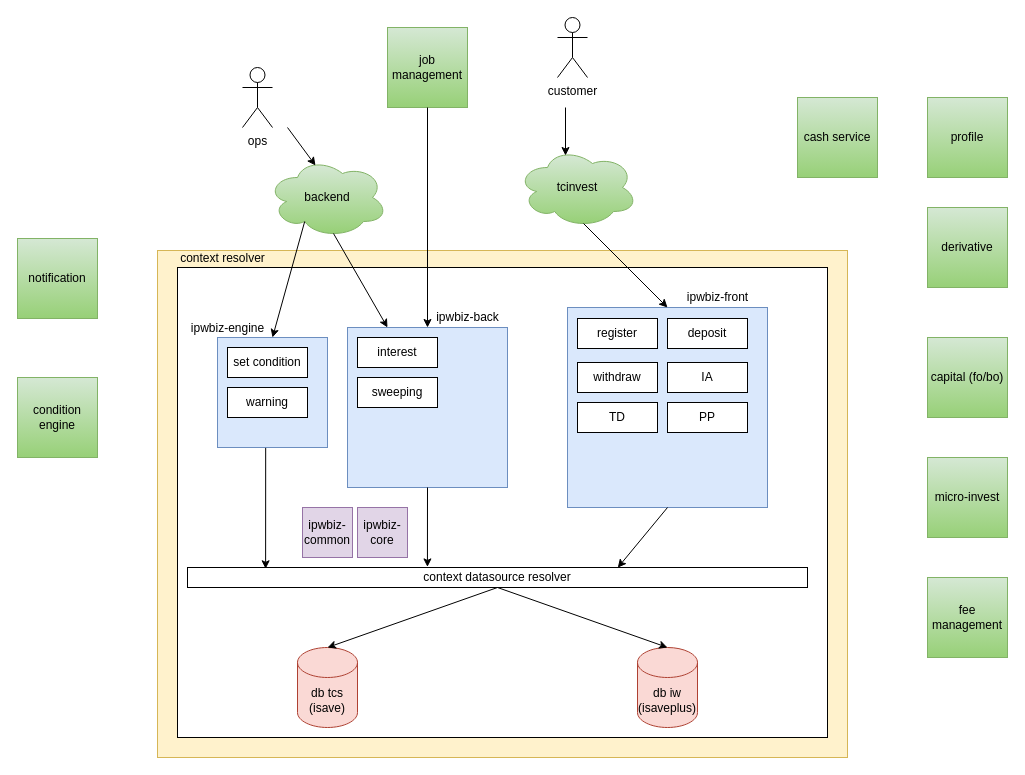
The draw.io diagram isave.drawio in khuynhthanhchiluyen/draw.io, before the edit. Source tidied: cells renumbered, new cells numbered last; positions are measured from the earlier drawing's top-left corner, leaving out a move shared by most shapes. Both pictures are drawn from the tidied source at 100%, with x=0, y=0 at pixel (17, 17).
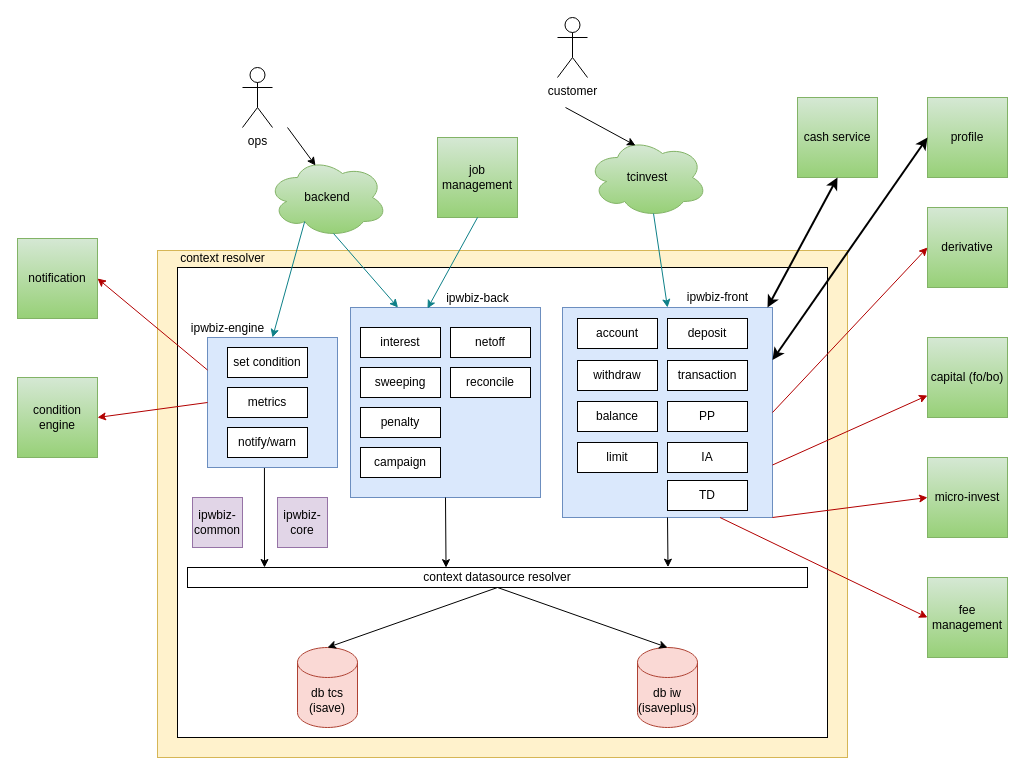
Above is the later version.

Unchanged cells that the change refers to:
```xml
<mxCell id="10" value="backend" style="ellipse;shape=cloud;whiteSpace=wrap;html=1;fillColor=#d5e8d4;gradientColor=#97d077;strokeColor=#82b366;" parent="1" vertex="1">
  <mxGeometry x="250" y="140" width="120" height="80" as="geometry" />
</mxCell>
<mxCell id="19" value="context datasource resolver" style="rounded=0;whiteSpace=wrap;html=1;fontSize=12;" parent="1" vertex="1">
  <mxGeometry x="170" y="550" width="620" height="20" as="geometry" />
</mxCell>
<mxCell id="27" value="cash service" style="whiteSpace=wrap;html=1;fillColor=#d5e8d4;gradientColor=#97d077;strokeColor=#82b366;" parent="1" vertex="1">
  <mxGeometry x="780" y="80" width="80" height="80" as="geometry" />
</mxCell>
<mxCell id="28" value="derivative" style="whiteSpace=wrap;html=1;fillColor=#d5e8d4;gradientColor=#97d077;strokeColor=#82b366;" parent="1" vertex="1">
  <mxGeometry x="910" y="190" width="80" height="80" as="geometry" />
</mxCell>
<mxCell id="29" value="capital (fo/bo)" style="whiteSpace=wrap;html=1;fillColor=#d5e8d4;gradientColor=#97d077;strokeColor=#82b366;" parent="1" vertex="1">
  <mxGeometry x="910" y="320" width="80" height="80" as="geometry" />
</mxCell>
<mxCell id="30" value="micro-invest" style="whiteSpace=wrap;html=1;fillColor=#d5e8d4;gradientColor=#97d077;strokeColor=#82b366;" parent="1" vertex="1">
  <mxGeometry x="910" y="440" width="80" height="80" as="geometry" />
</mxCell>
<mxCell id="31" value="fee management" style="whiteSpace=wrap;html=1;fillColor=#d5e8d4;gradientColor=#97d077;strokeColor=#82b366;" parent="1" vertex="1">
  <mxGeometry x="910" y="560" width="80" height="80" as="geometry" />
</mxCell>
<mxCell id="32" value="condition engine" style="whiteSpace=wrap;html=1;fillColor=#d5e8d4;gradientColor=#97d077;strokeColor=#82b366;" parent="1" vertex="1">
  <mxGeometry y="360" width="80" height="80" as="geometry" />
</mxCell>
<mxCell id="33" value="profile" style="whiteSpace=wrap;html=1;fillColor=#d5e8d4;gradientColor=#97d077;strokeColor=#82b366;" parent="1" vertex="1">
  <mxGeometry x="910" y="80" width="80" height="80" as="geometry" />
</mxCell>
<mxCell id="34" value="notification" style="whiteSpace=wrap;html=1;fillColor=#d5e8d4;gradientColor=#97d077;strokeColor=#82b366;" parent="1" vertex="1">
  <mxGeometry y="221" width="80" height="80" as="geometry" />
</mxCell>
<mxCell id="38" value="&lt;span style=&quot;font-weight: normal;&quot;&gt;ipwbiz-front&lt;/span&gt;" style="text;strokeColor=none;fillColor=none;html=1;fontSize=12;fontStyle=1;verticalAlign=middle;align=center;" parent="1" vertex="1">
  <mxGeometry x="650" y="260" width="100" height="40" as="geometry" />
</mxCell>
```

What changed in the source:
```diff
@@
     <mxCell id="4" style="whiteSpace=wrap;html=1;fillColor=#dae8fc;strokeColor=#6c8ebf;" parent="1" vertex="1">
-      <mxGeometry x="200" y="320" width="110" height="110" as="geometry" />
+      <mxGeometry x="190" y="320" width="130" height="130" as="geometry" />
     </mxCell>
     <mxCell id="5" style="whiteSpace=wrap;html=1;fillColor=#dae8fc;strokeColor=#6c8ebf;" parent="1" vertex="1">
-      <mxGeometry x="550" y="290" width="200" height="200" as="geometry" />
+      <mxGeometry x="545" y="290" width="210" height="210" as="geometry" />
     </mxCell>
     <mxCell id="6" style="whiteSpace=wrap;html=1;fillColor=#dae8fc;strokeColor=#6c8ebf;" parent="1" vertex="1">
-      <mxGeometry x="330" y="310" width="160" height="160" as="geometry" />
+      <mxGeometry x="333" y="290" width="190" height="190" as="geometry" />
     </mxCell>
     <mxCell id="7" value="tcinvest" style="ellipse;shape=cloud;whiteSpace=wrap;html=1;fillColor=#d5e8d4;gradientColor=#97d077;strokeColor=#82b366;" parent="1" vertex="1">
-      <mxGeometry x="500" y="130" width="120" height="80" as="geometry" />
+      <mxGeometry x="570" y="120" width="120" height="80" as="geometry" />
     </mxCell>
@@
-    <mxCell id="15" style="endArrow=classic;html=1;rounded=0;fontSize=12;exitX=0.31;exitY=0.8;exitDx=0;exitDy=0;exitPerimeter=0;entryX=0.5;entryY=0;entryDx=0;entryDy=0;" parent="1" edge="1" source="10" target="4">
+    <mxCell id="15" style="endArrow=classic;html=1;rounded=0;fontSize=12;exitX=0.31;exitY=0.8;exitDx=0;exitDy=0;exitPerimeter=0;entryX=0.5;entryY=0;entryDx=0;entryDy=0;fillColor=#b0e3e6;strokeColor=#0e8088;" parent="1" edge="1" source="10" target="4">
       <mxGeometry relative="1" as="geometry" />
     </mxCell>
-    <mxCell id="16" style="endArrow=classic;html=1;rounded=0;fontSize=12;exitX=0.55;exitY=0.95;exitDx=0;exitDy=0;exitPerimeter=0;entryX=0.25;entryY=0;entryDx=0;entryDy=0;" parent="1" edge="1" source="10" target="6">
+    <mxCell id="16" style="endArrow=classic;html=1;rounded=0;fontSize=12;exitX=0.55;exitY=0.95;exitDx=0;exitDy=0;exitPerimeter=0;entryX=0.25;entryY=0;entryDx=0;entryDy=0;fillColor=#b0e3e6;strokeColor=#0e8088;" parent="1" edge="1" source="10" target="6">
       <mxGeometry relative="1" as="geometry" />
     </mxCell>
     <mxCell id="17" value="job management" style="whiteSpace=wrap;html=1;fillColor=#d5e8d4;gradientColor=#97d077;strokeColor=#82b366;" parent="1" vertex="1">
-      <mxGeometry x="370" y="10" width="80" height="80" as="geometry" />
+      <mxGeometry x="420" y="120" width="80" height="80" as="geometry" />
     </mxCell>
-    <mxCell id="18" style="endArrow=classic;html=1;rounded=0;fontSize=12;exitX=0.5;exitY=1;exitDx=0;exitDy=0;entryX=0.5;entryY=0;entryDx=0;entryDy=0;" parent="1" edge="1" source="17" target="6">
-      <mxGeometry relative="1" as="geometry" />
-    </mxCell>
@@
-    <mxCell id="20" style="endArrow=classic;html=1;rounded=0;fontSize=12;exitX=0.438;exitY=1.004;exitDx=0;exitDy=0;exitPerimeter=0;entryX=0.126;entryY=0.064;entryDx=0;entryDy=0;entryPerimeter=0;" parent="1" edge="1" source="4" target="19">
-      <mxGeometry relative="1" as="geometry" />
+    <mxCell id="20" style="endArrow=classic;html=1;rounded=0;fontSize=12;exitX=0.438;exitY=1.004;exitDx=0;exitDy=0;exitPerimeter=0;" parent="1" edge="1" source="4">
+      <mxGeometry relative="1" as="geometry">
+        <mxPoint x="247" y="550" as="targetPoint" />
+      </mxGeometry>
     </mxCell>
-    <mxCell id="21" style="endArrow=classic;html=1;rounded=0;fontSize=12;exitX=0.5;exitY=1;exitDx=0;exitDy=0;entryX=0.387;entryY=-0.029;entryDx=0;entryDy=0;entryPerimeter=0;" parent="1" edge="1" source="6" target="19">
+    <mxCell id="21" style="endArrow=classic;html=1;rounded=0;fontSize=12;exitX=0.5;exitY=1;exitDx=0;exitDy=0;entryX=0.417;entryY=0.008;entryDx=0;entryDy=0;entryPerimeter=0;" parent="1" edge="1" source="6" target="19">
       <mxGeometry relative="1" as="geometry" />
     </mxCell>
-    <mxCell id="22" style="endArrow=classic;html=1;rounded=0;fontSize=12;exitX=0.5;exitY=1;exitDx=0;exitDy=0;entryX=0.694;entryY=0.008;entryDx=0;entryDy=0;entryPerimeter=0;" parent="1" edge="1" source="5" target="19">
+    <mxCell id="22" style="endArrow=classic;html=1;rounded=0;fontSize=12;exitX=0.5;exitY=1;exitDx=0;exitDy=0;entryX=0.775;entryY=-0.017;entryDx=0;entryDy=0;entryPerimeter=0;" parent="1" edge="1" source="5" target="19">
       <mxGeometry relative="1" as="geometry" />
     </mxCell>
@@
-    <mxCell id="25" style="endArrow=classic;html=1;rounded=0;fontSize=12;exitX=0.55;exitY=0.95;exitDx=0;exitDy=0;exitPerimeter=0;entryX=0.5;entryY=0;entryDx=0;entryDy=0;" parent="1" edge="1" source="7" target="5">
+    <mxCell id="25" style="endArrow=classic;html=1;rounded=0;fontSize=12;exitX=0.55;exitY=0.95;exitDx=0;exitDy=0;exitPerimeter=0;entryX=0.5;entryY=0;entryDx=0;entryDy=0;fillColor=#b0e3e6;strokeColor=#0e8088;" parent="1" edge="1" source="7" target="5">
       <mxGeometry relative="1" as="geometry" />
     </mxCell>
@@
     <mxCell id="36" value="withdraw" style="rounded=0;whiteSpace=wrap;html=1;fontSize=12;" parent="1" vertex="1">
-      <mxGeometry x="560" y="345" width="80" height="30" as="geometry" />
+      <mxGeometry x="560" y="343" width="80" height="30" as="geometry" />
     </mxCell>
-    <mxCell id="37" value="TD" style="rounded=0;whiteSpace=wrap;html=1;fontSize=12;" parent="1" vertex="1">
-      <mxGeometry x="560" y="385" width="80" height="30" as="geometry" />
+    <mxCell id="37" value="balance" style="rounded=0;whiteSpace=wrap;html=1;fontSize=12;" parent="1" vertex="1">
+      <mxGeometry x="560" y="384" width="80" height="30" as="geometry" />
     </mxCell>
@@
-    <mxCell id="39" value="IA" style="rounded=0;whiteSpace=wrap;html=1;fontSize=12;" parent="1" vertex="1">
-      <mxGeometry x="650" y="345" width="80" height="30" as="geometry" />
+    <mxCell id="39" value="transaction" style="rounded=0;whiteSpace=wrap;html=1;fontSize=12;" parent="1" vertex="1">
+      <mxGeometry x="650" y="343" width="80" height="30" as="geometry" />
     </mxCell>
     <mxCell id="40" value="sweeping" style="rounded=0;whiteSpace=wrap;html=1;fontSize=12;" parent="1" vertex="1">
-      <mxGeometry x="340" y="360" width="80" height="30" as="geometry" />
+      <mxGeometry x="343" y="350" width="80" height="30" as="geometry" />
     </mxCell>
     <mxCell id="41" value="PP" style="rounded=0;whiteSpace=wrap;html=1;fontSize=12;" parent="1" vertex="1">
-      <mxGeometry x="650" y="385" width="80" height="30" as="geometry" />
+      <mxGeometry x="650" y="384" width="80" height="30" as="geometry" />
     </mxCell>
     <mxCell id="42" value="interest" style="rounded=0;whiteSpace=wrap;html=1;fontSize=12;" parent="1" vertex="1">
-      <mxGeometry x="340" y="320" width="80" height="30" as="geometry" />
+      <mxGeometry x="343" y="310" width="80" height="30" as="geometry" />
     </mxCell>
     <mxCell id="43" value="&lt;span style=&quot;font-weight: normal;&quot;&gt;ipwbiz-back&lt;/span&gt;" style="text;strokeColor=none;fillColor=none;html=1;fontSize=12;fontStyle=1;verticalAlign=middle;align=center;" parent="1" vertex="1">
-      <mxGeometry x="400" y="280" width="100" height="40" as="geometry" />
+      <mxGeometry x="410" y="261" width="100" height="40" as="geometry" />
     </mxCell>
-    <mxCell id="44" value="register" style="rounded=0;whiteSpace=wrap;html=1;fontSize=12;" parent="1" vertex="1">
+    <mxCell id="44" value="account" style="rounded=0;whiteSpace=wrap;html=1;fontSize=12;" parent="1" vertex="1">
       <mxGeometry x="560" y="301" width="80" height="30" as="geometry" />
     </mxCell>
-    <mxCell id="45" value="warning" style="rounded=0;whiteSpace=wrap;html=1;fontSize=12;" parent="1" vertex="1">
+    <mxCell id="45" value="metrics" style="rounded=0;whiteSpace=wrap;html=1;fontSize=12;" parent="1" vertex="1">
       <mxGeometry x="210" y="370" width="80" height="30" as="geometry" />
     </mxCell>
@@
     <mxCell id="48" value="ipwbiz-common" style="whiteSpace=wrap;html=1;fontSize=12;fillColor=#e1d5e7;strokeColor=#9673a6;" parent="1" vertex="1">
-      <mxGeometry x="285" y="490" width="50" height="50" as="geometry" />
+      <mxGeometry x="175" y="480" width="50" height="50" as="geometry" />
     </mxCell>
     <mxCell id="49" value="ipwbiz-core" style="whiteSpace=wrap;html=1;fontSize=12;fillColor=#e1d5e7;strokeColor=#9673a6;" parent="1" vertex="1">
-      <mxGeometry x="340" y="490" width="50" height="50" as="geometry" />
+      <mxGeometry x="260" y="480" width="50" height="50" as="geometry" />
     </mxCell>
+    <mxCell id="50" value="notify/warn" style="rounded=0;whiteSpace=wrap;html=1;fontSize=12;" parent="1" vertex="1">
+      <mxGeometry x="210" y="410" width="80" height="30" as="geometry" />
+    </mxCell>
+    <mxCell id="51" style="endArrow=classic;html=1;rounded=0;fontSize=12;exitX=0.5;exitY=1;exitDx=0;exitDy=0;entryX=0;entryY=0.75;entryDx=0;entryDy=0;fillColor=#b0e3e6;strokeColor=#0e8088;" parent="1" edge="1" source="17" target="43">
+      <mxGeometry relative="1" as="geometry" />
+    </mxCell>
+    <mxCell id="52" style="endArrow=classic;html=1;rounded=0;fontSize=12;entryX=1;entryY=0.5;entryDx=0;entryDy=0;exitX=0;exitY=0.25;exitDx=0;exitDy=0;fillColor=#e51400;strokeColor=#B20000;" parent="1" edge="1" source="4" target="34">
+      <mxGeometry relative="1" as="geometry" />
+    </mxCell>
+    <mxCell id="53" style="endArrow=classic;html=1;rounded=0;fontSize=12;entryX=1;entryY=0.5;entryDx=0;entryDy=0;exitX=0;exitY=0.5;exitDx=0;exitDy=0;fillColor=#e51400;strokeColor=#B20000;" parent="1" edge="1" source="4" target="32">
+      <mxGeometry relative="1" as="geometry" />
+    </mxCell>
+    <mxCell id="54" style="endArrow=classic;startArrow=classic;html=1;rounded=0;fontSize=12;entryX=0.5;entryY=1;entryDx=0;entryDy=0;exitX=1;exitY=0.75;exitDx=0;exitDy=0;strokeWidth=2;" parent="1" edge="1" source="38" target="27">
+      <mxGeometry relative="1" as="geometry" />
+    </mxCell>
+    <mxCell id="55" style="endArrow=classic;startArrow=classic;html=1;rounded=0;fontSize=12;entryX=0;entryY=0.5;entryDx=0;entryDy=0;exitX=1;exitY=0.25;exitDx=0;exitDy=0;strokeWidth=2;" parent="1" edge="1" source="5" target="33">
+      <mxGeometry relative="1" as="geometry" />
+    </mxCell>
+    <mxCell id="56" style="endArrow=classic;html=1;rounded=0;fontSize=12;entryX=0;entryY=0.5;entryDx=0;entryDy=0;exitX=1;exitY=0.5;exitDx=0;exitDy=0;fillColor=#e51400;strokeColor=#B20000;" parent="1" edge="1" source="5" target="28">
+      <mxGeometry relative="1" as="geometry" />
+    </mxCell>
+    <mxCell id="57" style="endArrow=classic;html=1;rounded=0;fontSize=12;exitX=1;exitY=0.75;exitDx=0;exitDy=0;fillColor=#e51400;strokeColor=#B20000;" parent="1" edge="1" source="5" target="29">
+      <mxGeometry relative="1" as="geometry" />
+    </mxCell>
+    <mxCell id="58" style="endArrow=classic;html=1;rounded=0;fontSize=12;entryX=0;entryY=0.5;entryDx=0;entryDy=0;exitX=1;exitY=1;exitDx=0;exitDy=0;fillColor=#e51400;strokeColor=#B20000;" parent="1" edge="1" source="5" target="30">
+      <mxGeometry relative="1" as="geometry" />
+    </mxCell>
+    <mxCell id="59" style="endArrow=classic;html=1;rounded=0;fontSize=12;entryX=0;entryY=0.5;entryDx=0;entryDy=0;exitX=0.75;exitY=1;exitDx=0;exitDy=0;fillColor=#e51400;strokeColor=#B20000;" parent="1" edge="1" source="5" target="31">
+      <mxGeometry relative="1" as="geometry" />
+    </mxCell>
+    <mxCell id="60" value="IA" style="rounded=0;whiteSpace=wrap;html=1;fontSize=12;" parent="1" vertex="1">
+      <mxGeometry x="650" y="425" width="80" height="30" as="geometry" />
+    </mxCell>
+    <mxCell id="61" value="limit" style="rounded=0;whiteSpace=wrap;html=1;fontSize=12;" parent="1" vertex="1">
+      <mxGeometry x="560" y="425" width="80" height="30" as="geometry" />
+    </mxCell>
+    <mxCell id="62" value="penalty" style="rounded=0;whiteSpace=wrap;html=1;fontSize=12;" parent="1" vertex="1">
+      <mxGeometry x="343" y="390" width="80" height="30" as="geometry" />
+    </mxCell>
+    <mxCell id="63" value="campaign" style="rounded=0;whiteSpace=wrap;html=1;fontSize=12;" parent="1" vertex="1">
+      <mxGeometry x="343" y="430" width="80" height="30" as="geometry" />
+    </mxCell>
+    <mxCell id="64" value="netoff" style="rounded=0;whiteSpace=wrap;html=1;fontSize=12;" parent="1" vertex="1">
+      <mxGeometry x="433" y="310" width="80" height="30" as="geometry" />
+    </mxCell>
+    <mxCell id="65" value="reconcile" style="rounded=0;whiteSpace=wrap;html=1;fontSize=12;" parent="1" vertex="1">
+      <mxGeometry x="433" y="350" width="80" height="30" as="geometry" />
+    </mxCell>
+    <mxCell id="66" value="TD" style="rounded=0;whiteSpace=wrap;html=1;fontSize=12;" parent="1" vertex="1">
+      <mxGeometry x="650" y="463" width="80" height="30" as="geometry" />
+    </mxCell>
```
